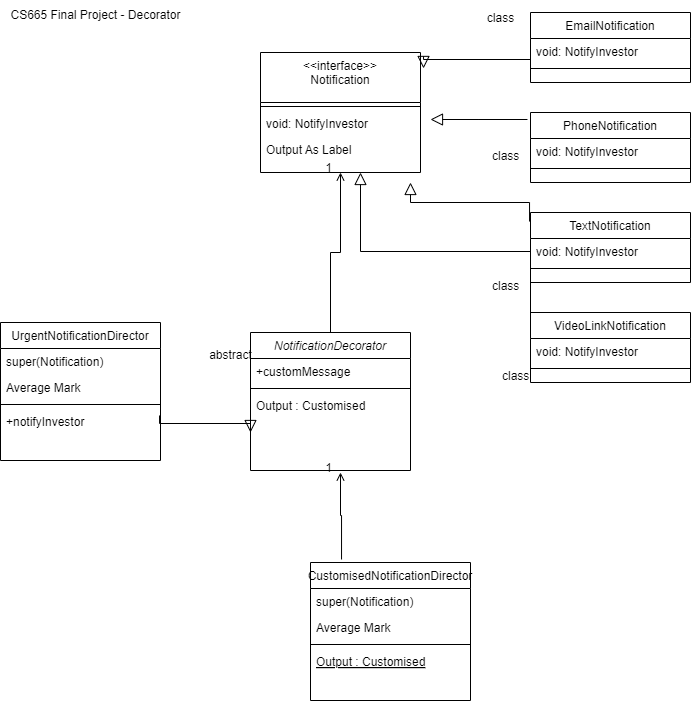
jimmyjazz31/CSSFinalProject keeps this draw.io diagram as Decorator.drawio.png. Above is the earlier version. Source tidied: cells renumbered, new cells last; positions are measured from the earlier drawing's top-left corner, leaving out a move shared by most shapes.
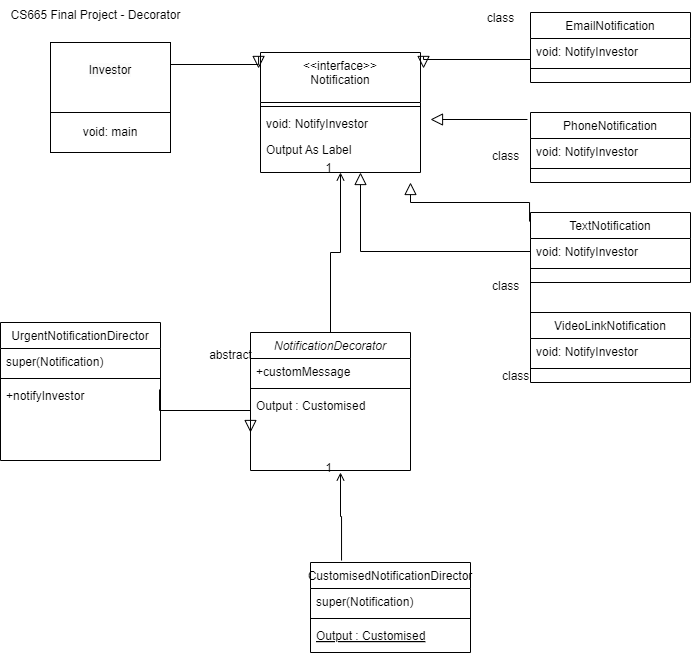
Later version of the same file.

Diff of the diagram source:
```diff
@@ -20,14 +20,11 @@
     <mxCell id="7" value="super(Notification)" style="text;align=left;verticalAlign=top;spacingLeft=4;spacingRight=4;overflow=hidden;" parent="6" vertex="1">
       <mxGeometry y="26" width="160" height="26" as="geometry" />
     </mxCell>
-    <mxCell id="8" value="Average Mark" style="text;align=left;verticalAlign=top;spacingLeft=4;spacingRight=4;overflow=hidden;rounded=0;shadow=0;html=0;" parent="6" vertex="1">
-      <mxGeometry y="52" width="160" height="26" as="geometry" />
-    </mxCell>
     <mxCell id="9" style="line;html=1;strokeWidth=1;align=left;verticalAlign=middle;spacingTop=-1;spacingLeft=3;spacingRight=3;labelPosition=right;" parent="6" vertex="1">
-      <mxGeometry y="78" width="160" height="8" as="geometry" />
+      <mxGeometry y="52" width="160" height="8" as="geometry" />
     </mxCell>
     <mxCell id="10" value="+notifyInvestor " style="text;align=left;verticalAlign=top;spacingLeft=4;spacingRight=4;overflow=hidden;points=[[0,0.5],[1,0.5]];portConstraint=eastwest;" parent="6" vertex="1">
-      <mxGeometry y="86" width="160" height="26" as="geometry" />
+      <mxGeometry y="60" width="160" height="26" as="geometry" />
     </mxCell>
     <mxCell id="11" style="endArrow=block;endSize=10;endFill=0;shadow=0;strokeWidth=1;rounded=0;curved=0;edgeStyle=elbowEdgeStyle;elbow=vertical;exitX=0.994;exitY=0.269;exitDx=0;exitDy=0;exitPerimeter=0;" parent="1" edge="1" source="10">
       <mxGeometry relative="1" as="geometry">
@@ -132,19 +129,16 @@
       <mxGeometry width="190" height="30" as="geometry" />
     </mxCell>
     <mxCell id="41" value="CustomisedNotificationDirector" style="swimlane;fontStyle=0;align=center;verticalAlign=top;horizontal=1;startSize=26;rounded=0;shadow=0;strokeWidth=1;" parent="1" vertex="1">
-      <mxGeometry x="310" y="562" width="160" height="138" as="geometry" />
+      <mxGeometry x="310" y="562" width="160" height="90" as="geometry" />
     </mxCell>
     <mxCell id="42" value="super(Notification)" style="text;align=left;verticalAlign=top;spacingLeft=4;spacingRight=4;overflow=hidden;" parent="41" vertex="1">
       <mxGeometry y="26" width="160" height="26" as="geometry" />
     </mxCell>
-    <mxCell id="43" value="Average Mark" style="text;align=left;verticalAlign=top;spacingLeft=4;spacingRight=4;overflow=hidden;rounded=0;shadow=0;html=0;" parent="41" vertex="1">
-      <mxGeometry y="52" width="160" height="26" as="geometry" />
-    </mxCell>
     <mxCell id="44" style="line;html=1;strokeWidth=1;align=left;verticalAlign=middle;spacingTop=-1;spacingLeft=3;spacingRight=3;labelPosition=right;" parent="41" vertex="1">
-      <mxGeometry y="78" width="160" height="8" as="geometry" />
+      <mxGeometry y="52" width="160" height="8" as="geometry" />
     </mxCell>
     <mxCell id="45" value="Output : Customised" style="text;align=left;verticalAlign=top;spacingLeft=4;spacingRight=4;overflow=hidden;fontStyle=4;" parent="41" vertex="1">
-      <mxGeometry y="86" width="160" height="26" as="geometry" />
+      <mxGeometry y="60" width="160" height="26" as="geometry" />
     </mxCell>
     <mxCell id="46" style="endArrow=open;shadow=0;strokeWidth=1;rounded=0;curved=0;endFill=1;edgeStyle=elbowEdgeStyle;elbow=vertical;exitX=0.194;exitY=-0.022;exitDx=0;exitDy=0;exitPerimeter=0;" parent="1" edge="1" source="41">
       <mxGeometry x="0.5" y="41" relative="1" as="geometry">
@@ -162,5 +156,14 @@
         <mxPoint x="-7" y="4" as="offset" />
       </mxGeometry>
     </mxCell>
+    <mxCell id="49" value="&#10;&lt;span style=&quot;color: rgb(0, 0, 0); font-family: Helvetica; font-size: 12px; font-style: normal; font-variant-ligatures: normal; font-variant-caps: normal; font-weight: 400; letter-spacing: normal; orphans: 2; text-align: center; text-indent: 0px; text-transform: none; widows: 2; word-spacing: 0px; -webkit-text-stroke-width: 0px; white-space: normal; background-color: rgb(251, 251, 251); text-decoration-thickness: initial; text-decoration-style: initial; text-decoration-color: initial; display: inline !important; float: none;&quot;&gt;Investor&lt;/span&gt;&#10;&#10;" style="whiteSpace=wrap;html=1;" parent="1" vertex="1">
+      <mxGeometry x="50" y="42" width="120" height="70" as="geometry" />
+    </mxCell>
+    <mxCell id="50" value="void: main" style="rounded=0;whiteSpace=wrap;html=1;" parent="1" vertex="1">
+      <mxGeometry x="50" y="112" width="120" height="40" as="geometry" />
+    </mxCell>
+    <mxCell id="51" style="endArrow=block;endSize=10;endFill=0;shadow=0;strokeWidth=1;rounded=0;curved=0;edgeStyle=elbowEdgeStyle;elbow=vertical;exitX=1;exitY=0.25;exitDx=0;exitDy=0;entryX=-0.012;entryY=0.133;entryDx=0;entryDy=0;entryPerimeter=0;" parent="1" edge="1" source="49" target="15">
+      <mxGeometry relative="1" as="geometry" />
+    </mxCell>
   </root>
 </mxGraphModel>
```
